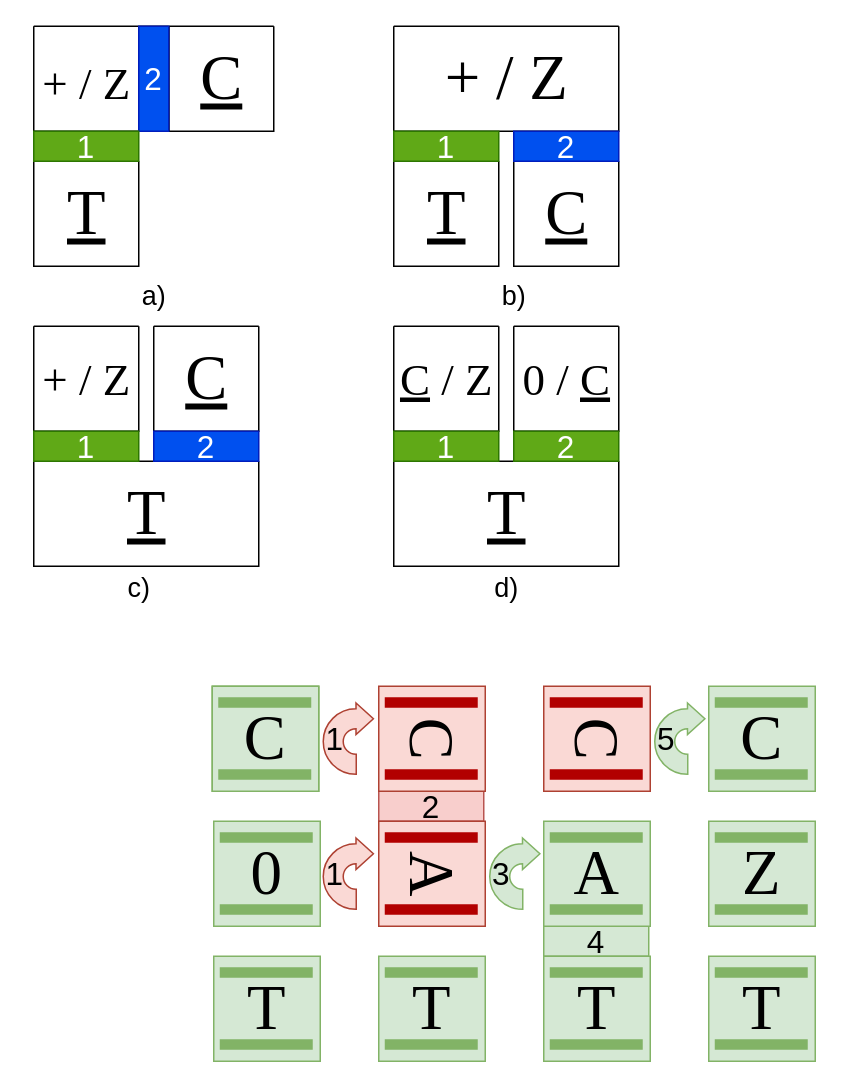
Earlier version of the draw.io diagram translation.drawio (alexandrupaler/alexandrupaler.github.io). Source tidied: cells renumbered, new cells numbered last; positions are measured from the earlier drawing's top-left corner, leaving out a move shared by most shapes. Both pictures are drawn from the tidied source at 150%, with x=0, y=0 at pixel (26, 26).
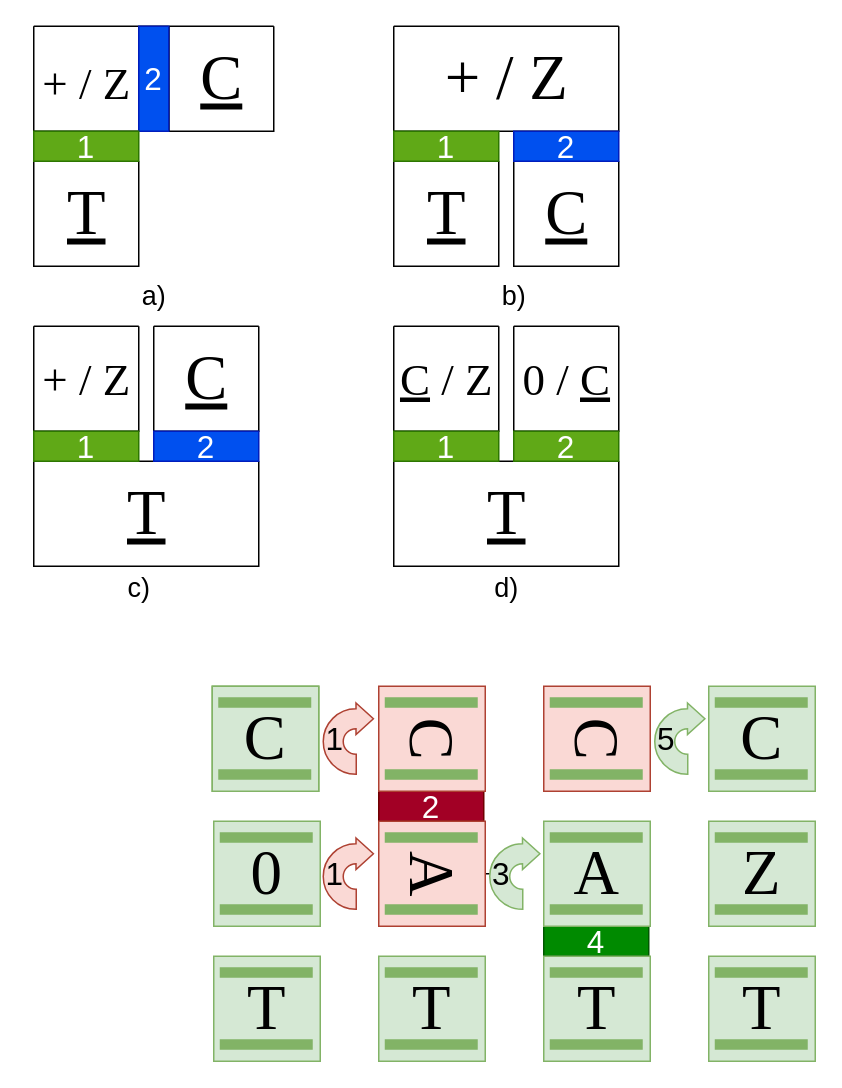
The same page after the edit.

The change refers to these unchanged cells:
```xml
<mxCell id="42" value="3" style="html=1;shadow=0;dashed=0;align=left;verticalAlign=middle;shape=mxgraph.arrows2.uTurnArrow;dy=6.66;arrowHead=20.98;dx2=11.59;fillColor=#d5e8d4;strokeColor=#82b366;fontFamily=Helvetica;fontStyle=0;fontSize=21;" parent="1" vertex="1">
  <mxGeometry x="309" y="541.2" width="22" height="47.5" as="geometry" />
</mxCell>
```

Change to the diagram source:
```diff
@@
-    <mxCell id="39" value="2" style="rounded=0;whiteSpace=wrap;html=1;fillColor=#f8cecc;strokeColor=#b85450;fontSize=21;" parent="1" vertex="1">
+    <mxCell id="39" value="2" style="rounded=0;whiteSpace=wrap;html=1;fillColor=#a20025;strokeColor=#6F0000;fontSize=21;fontColor=#ffffff;" parent="1" vertex="1">
       <mxGeometry x="235" y="510" width="70" height="20" as="geometry" />
     </mxCell>
-    <mxCell id="40" value="4" style="rounded=0;whiteSpace=wrap;html=1;fillColor=#d5e8d4;strokeColor=#82b366;fontSize=21;" parent="1" vertex="1">
+    <mxCell id="40" value="4" style="rounded=0;whiteSpace=wrap;html=1;fillColor=#008a00;strokeColor=#005700;fontSize=21;fontColor=#ffffff;" parent="1" vertex="1">
       <mxGeometry x="345" y="600" width="70" height="20" as="geometry" />
     </mxCell>
@@
+    <mxCell id="96" style="edgeStyle=orthogonalEdgeStyle;rounded=0;jettySize=auto;html=1;" parent="1" edge="1" source="42" target="93">
+      <mxGeometry relative="1" as="geometry" />
+    </mxCell>
@@
-    <mxCell id="81" style="group;" parent="1" vertex="1">
-      <mxGeometry x="235" y="440" width="71" height="70" as="geometry" />
-    </mxCell>
-    <mxCell id="82" style="rounded=0;whiteSpace=wrap;html=1;fillColor=#fad9d5;strokeColor=#ae4132;" parent="81" vertex="1">
-      <mxGeometry width="71" height="70" as="geometry" />
+    <mxCell id="82" style="rounded=0;whiteSpace=wrap;html=1;fillColor=#fad9d5;strokeColor=#ae4132;" parent="1" vertex="1">
+      <mxGeometry x="235" y="440" width="71" height="70" as="geometry" />
     </mxCell>
-    <mxCell id="83" value="&lt;font&gt;C&lt;/font&gt;" style="text;html=1;align=center;verticalAlign=middle;strokeColor=none;fillColor=none;fontSize=42;fontFamily=Garamond;rotation=90;" parent="81" vertex="1">
-      <mxGeometry x="10" y="5" width="50" height="60" as="geometry" />
+    <mxCell id="83" value="&lt;font&gt;C&lt;/font&gt;" style="text;html=1;align=center;verticalAlign=middle;strokeColor=none;fillColor=none;fontSize=42;fontFamily=Garamond;rotation=90;" parent="1" vertex="1">
+      <mxGeometry x="245" y="445" width="50" height="60" as="geometry" />
     </mxCell>
-    <mxCell id="84" style="endArrow=none;html=1;rounded=0;strokeWidth=7;fillColor=#e51400;strokeColor=#B20000;" parent="81" edge="1">
+    <mxCell id="84" style="endArrow=none;html=1;rounded=0;strokeWidth=7;fillColor=#d5e8d4;strokeColor=#82b366;" parent="1" edge="1">
       <mxGeometry relative="1" as="geometry">
-        <mxPoint x="4" y="10.9" as="sourcePoint" />
-        <mxPoint x="66" y="10.9" as="targetPoint" />
+        <mxPoint x="239" y="450.9" as="sourcePoint" />
+        <mxPoint x="301" y="450.9" as="targetPoint" />
       </mxGeometry>
     </mxCell>
-    <mxCell id="85" style="endArrow=none;html=1;rounded=0;strokeWidth=7;fillColor=#e51400;strokeColor=#B20000;" parent="81" edge="1">
+    <mxCell id="85" style="endArrow=none;html=1;rounded=0;strokeWidth=7;fillColor=#d5e8d4;strokeColor=#82b366;" parent="1" edge="1">
       <mxGeometry relative="1" as="geometry">
-        <mxPoint x="4" y="58.8" as="sourcePoint" />
-        <mxPoint x="66" y="58.8" as="targetPoint" />
+        <mxPoint x="239" y="498.8" as="sourcePoint" />
+        <mxPoint x="301" y="498.8" as="targetPoint" />
       </mxGeometry>
     </mxCell>
-    <mxCell id="86" style="group;" parent="1" vertex="1">
-      <mxGeometry x="345" y="440" width="71" height="70" as="geometry" />
-    </mxCell>
-    <mxCell id="87" style="rounded=0;whiteSpace=wrap;html=1;fillColor=#fad9d5;strokeColor=#ae4132;" parent="86" vertex="1">
-      <mxGeometry width="71" height="70" as="geometry" />
+    <mxCell id="87" style="rounded=0;whiteSpace=wrap;html=1;fillColor=#fad9d5;strokeColor=#ae4132;" parent="1" vertex="1">
+      <mxGeometry x="345" y="440" width="71" height="70" as="geometry" />
     </mxCell>
-    <mxCell id="88" value="&lt;font&gt;C&lt;/font&gt;" style="text;html=1;align=center;verticalAlign=middle;strokeColor=none;fillColor=none;fontSize=42;fontFamily=Garamond;rotation=90;" parent="86" vertex="1">
-      <mxGeometry x="10" y="5" width="50" height="60" as="geometry" />
+    <mxCell id="88" value="&lt;font&gt;C&lt;/font&gt;" style="text;html=1;align=center;verticalAlign=middle;strokeColor=none;fillColor=none;fontSize=42;fontFamily=Garamond;rotation=90;" parent="1" vertex="1">
+      <mxGeometry x="355" y="445" width="50" height="60" as="geometry" />
     </mxCell>
-    <mxCell id="89" style="endArrow=none;html=1;rounded=0;strokeWidth=7;fillColor=#e51400;strokeColor=#B20000;" parent="86" edge="1">
+    <mxCell id="89" style="endArrow=none;html=1;rounded=0;strokeWidth=7;fillColor=#d5e8d4;strokeColor=#82b366;" parent="1" edge="1">
       <mxGeometry relative="1" as="geometry">
-        <mxPoint x="4" y="10.9" as="sourcePoint" />
-        <mxPoint x="66" y="10.9" as="targetPoint" />
+        <mxPoint x="349" y="450.9" as="sourcePoint" />
+        <mxPoint x="411" y="450.9" as="targetPoint" />
       </mxGeometry>
     </mxCell>
-    <mxCell id="90" style="endArrow=none;html=1;rounded=0;strokeWidth=7;fillColor=#e51400;strokeColor=#B20000;" parent="86" edge="1">
+    <mxCell id="90" style="endArrow=none;html=1;rounded=0;strokeWidth=7;fillColor=#d5e8d4;strokeColor=#82b366;" parent="1" edge="1">
       <mxGeometry relative="1" as="geometry">
-        <mxPoint x="4" y="58.8" as="sourcePoint" />
-        <mxPoint x="66" y="58.8" as="targetPoint" />
+        <mxPoint x="349" y="498.8" as="sourcePoint" />
+        <mxPoint x="411" y="498.8" as="targetPoint" />
       </mxGeometry>
     </mxCell>
-    <mxCell id="91" style="group;" parent="1" vertex="1">
-      <mxGeometry x="235" y="530" width="71" height="70" as="geometry" />
-    </mxCell>
-    <mxCell id="92" style="rounded=0;whiteSpace=wrap;html=1;fillColor=#fad9d5;strokeColor=#ae4132;" parent="91" vertex="1">
-      <mxGeometry width="71" height="70" as="geometry" />
+    <mxCell id="92" style="rounded=0;whiteSpace=wrap;html=1;fillColor=#fad9d5;strokeColor=#ae4132;" parent="1" vertex="1">
+      <mxGeometry x="235" y="530" width="71" height="70" as="geometry" />
     </mxCell>
-    <mxCell id="93" value="A" style="text;html=1;align=center;verticalAlign=middle;points=[];strokeColor=none;fillColor=none;fontSize=42;fontFamily=Garamond;rotation=90;" parent="91" vertex="1">
-      <mxGeometry x="10" y="5" width="50" height="60" as="geometry" />
+    <mxCell id="93" value="A" style="text;html=1;align=center;verticalAlign=middle;points=[];strokeColor=none;fillColor=none;fontSize=42;fontFamily=Garamond;rotation=90;" parent="1" vertex="1">
+      <mxGeometry x="245" y="535" width="50" height="60" as="geometry" />
     </mxCell>
-    <mxCell id="94" style="endArrow=none;html=1;rounded=0;strokeWidth=7;fillColor=#e51400;strokeColor=#B20000;" parent="91" edge="1">
+    <mxCell id="94" style="endArrow=none;html=1;rounded=0;strokeWidth=7;fillColor=#d5e8d4;strokeColor=#82b366;" parent="1" edge="1">
       <mxGeometry relative="1" as="geometry">
-        <mxPoint x="4" y="10.9" as="sourcePoint" />
-        <mxPoint x="66" y="10.9" as="targetPoint" />
+        <mxPoint x="239" y="540.9" as="sourcePoint" />
+        <mxPoint x="301" y="540.9" as="targetPoint" />
       </mxGeometry>
     </mxCell>
-    <mxCell id="95" style="endArrow=none;html=1;rounded=0;strokeWidth=7;fillColor=#e51400;strokeColor=#B20000;" parent="91" edge="1">
+    <mxCell id="95" style="endArrow=none;html=1;rounded=0;strokeWidth=7;fillColor=#d5e8d4;strokeColor=#82b366;" parent="1" edge="1">
       <mxGeometry relative="1" as="geometry">
-        <mxPoint x="4" y="58.8" as="sourcePoint" />
-        <mxPoint x="66" y="58.8" as="targetPoint" />
+        <mxPoint x="239" y="588.8" as="sourcePoint" />
+        <mxPoint x="301" y="588.8" as="targetPoint" />
       </mxGeometry>
     </mxCell>
```
